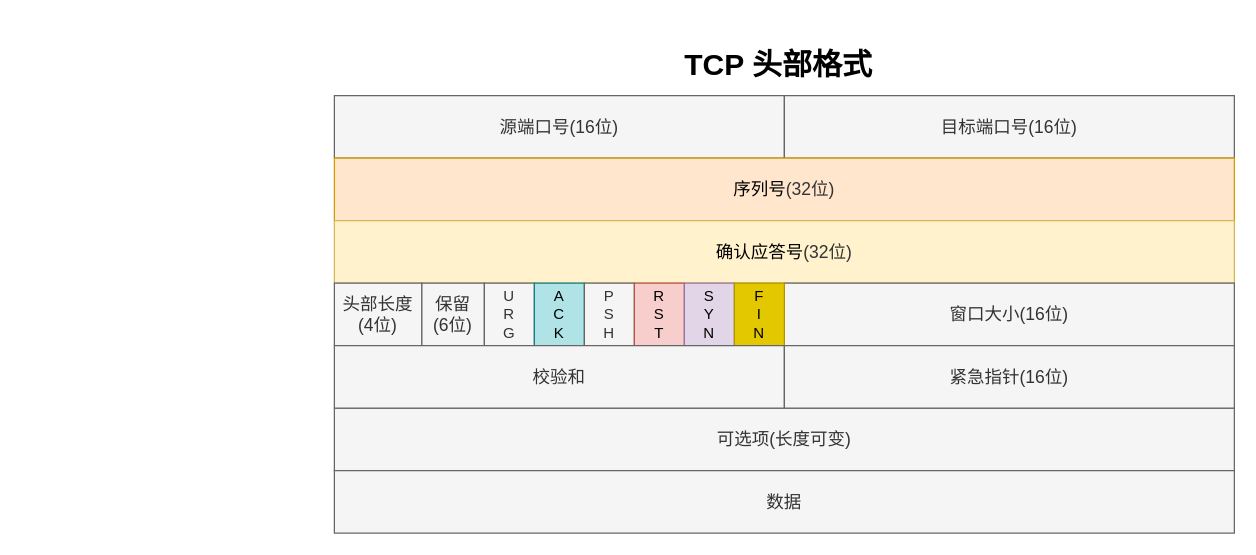
Above: src/drawio/tcp-hello.drawio in zhenyou-nide/blog (draw.io), before the change. Source tidied: cells renumbered, new cells numbered last; positions are measured from the earlier drawing's top-left corner, leaving out a move shared by most shapes. Both pictures are drawn from the tidied source at 125%, with x=0, y=0 at pixel (334, 21).
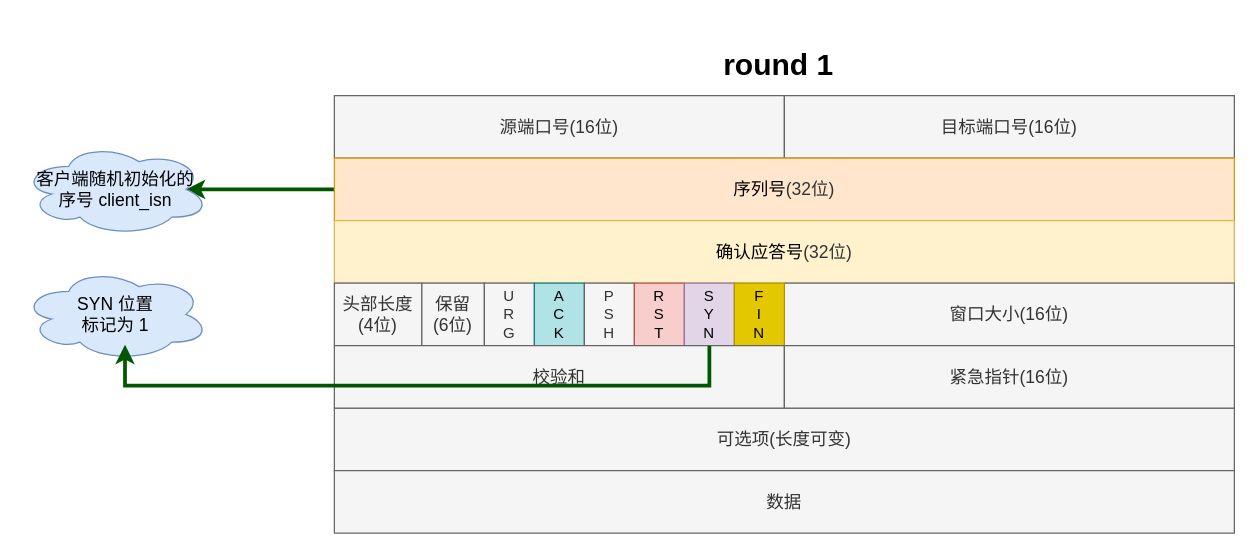
The same diagram, later.

The change refers to these unchanged cells:
```xml
<mxCell id="4" value="序列号&lt;span style=&quot;color: rgb(51, 51, 51);&quot;&gt;(32位)&lt;/span&gt;" style="rounded=0;whiteSpace=wrap;html=1;fontSize=14;fillColor=#ffe6cc;strokeColor=#d79b00;" parent="1" vertex="1">
  <mxGeometry y="109" width="720" height="50" as="geometry" />
</mxCell>
<mxCell id="13" value="S&lt;div style=&quot;font-size: 12px;&quot;&gt;Y&lt;/div&gt;&lt;div style=&quot;font-size: 12px;&quot;&gt;N&lt;/div&gt;" style="rounded=0;whiteSpace=wrap;html=1;fontSize=12;fillColor=#e1d5e7;strokeColor=#9673a6;verticalAlign=middle;" parent="1" vertex="1">
  <mxGeometry x="280" y="209" width="40" height="50" as="geometry" />
</mxCell>
```

What changed in the source:
```diff
@@
+    <mxCell id="20" style="edgeStyle=orthogonalEdgeStyle;rounded=0;jettySize=auto;html=1;entryX=0.875;entryY=0.5;entryDx=0;entryDy=0;entryPerimeter=0;fillColor=#008a00;strokeColor=#005700;strokeWidth=3;" parent="1" edge="1" source="4" target="21">
+      <mxGeometry relative="1" as="geometry" />
+    </mxCell>
@@
-    <mxCell id="19" value="&lt;h1&gt;TCP 头部格式&lt;/h1&gt;" style="text;html=1;align=center;verticalAlign=middle;strokeColor=none;fillColor=none;" parent="1" vertex="1">
-      <mxGeometry x="270" width="170" height="70" as="geometry" />
+    <mxCell id="19" value="&lt;h1&gt;round 1&lt;/h1&gt;" style="text;html=1;align=center;verticalAlign=middle;strokeColor=none;fillColor=none;" parent="1" vertex="1">
+      <mxGeometry x="300" width="110" height="70" as="geometry" />
     </mxCell>
+    <mxCell id="21" value="客户端随机初始化的&lt;div&gt;序号 client_isn&lt;/div&gt;" style="ellipse;shape=cloud;whiteSpace=wrap;html=1;fontSize=14;fillColor=#dae8fc;strokeColor=#6c8ebf;rounded=0;" parent="1" vertex="1">
+      <mxGeometry x="-250" y="97" width="150" height="74" as="geometry" />
+    </mxCell>
+    <mxCell id="22" value="SYN 位置&lt;div&gt;标&lt;span style=&quot;background-color: initial;&quot;&gt;记&lt;/span&gt;&lt;span style=&quot;background-color: initial;&quot;&gt;为 1&lt;/span&gt;&lt;/div&gt;" style="ellipse;shape=cloud;whiteSpace=wrap;html=1;fontSize=14;fillColor=#dae8fc;strokeColor=#6c8ebf;rounded=0;" parent="1" vertex="1">
+      <mxGeometry x="-250" y="197" width="150" height="74" as="geometry" />
+    </mxCell>
+    <mxCell id="23" style="edgeStyle=orthogonalEdgeStyle;rounded=0;jettySize=auto;html=1;entryX=0.55;entryY=0.95;entryDx=0;entryDy=0;entryPerimeter=0;exitX=0.5;exitY=1;exitDx=0;exitDy=0;fillColor=#008a00;strokeColor=#005700;strokeWidth=3;" parent="1" edge="1" source="13">
+      <mxGeometry relative="1" as="geometry">
+        <mxPoint x="-167.5" y="258.3" as="targetPoint" />
+        <Array as="points">
+          <mxPoint x="300" y="291" />
+          <mxPoint x="-167" y="291" />
+        </Array>
+      </mxGeometry>
+    </mxCell>
```
